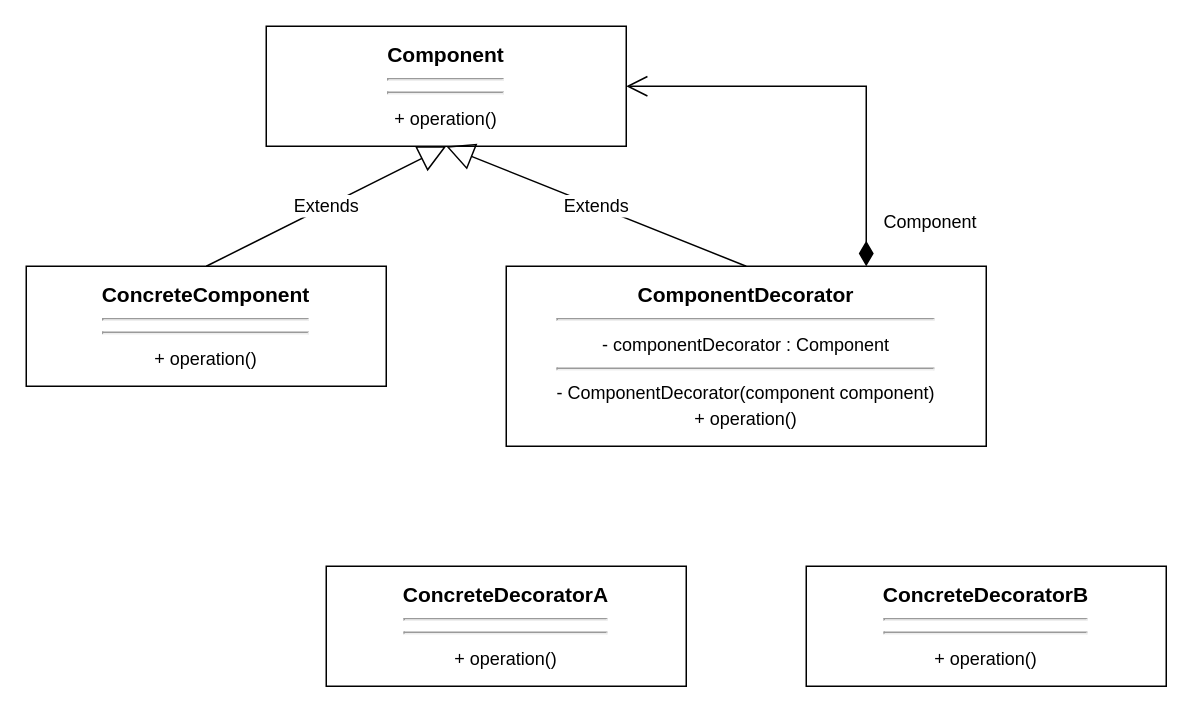
Above: DecoratorPattern.drawio in jongHyeon0000/bitcamp-study (draw.io), before the change. Source tidied: cells renumbered, new cells numbered last; positions are measured from the earlier drawing's top-left corner, leaving out a move shared by most shapes. Both pictures are drawn from the tidied source at 150%, with x=0, y=0 at pixel (26, 26).
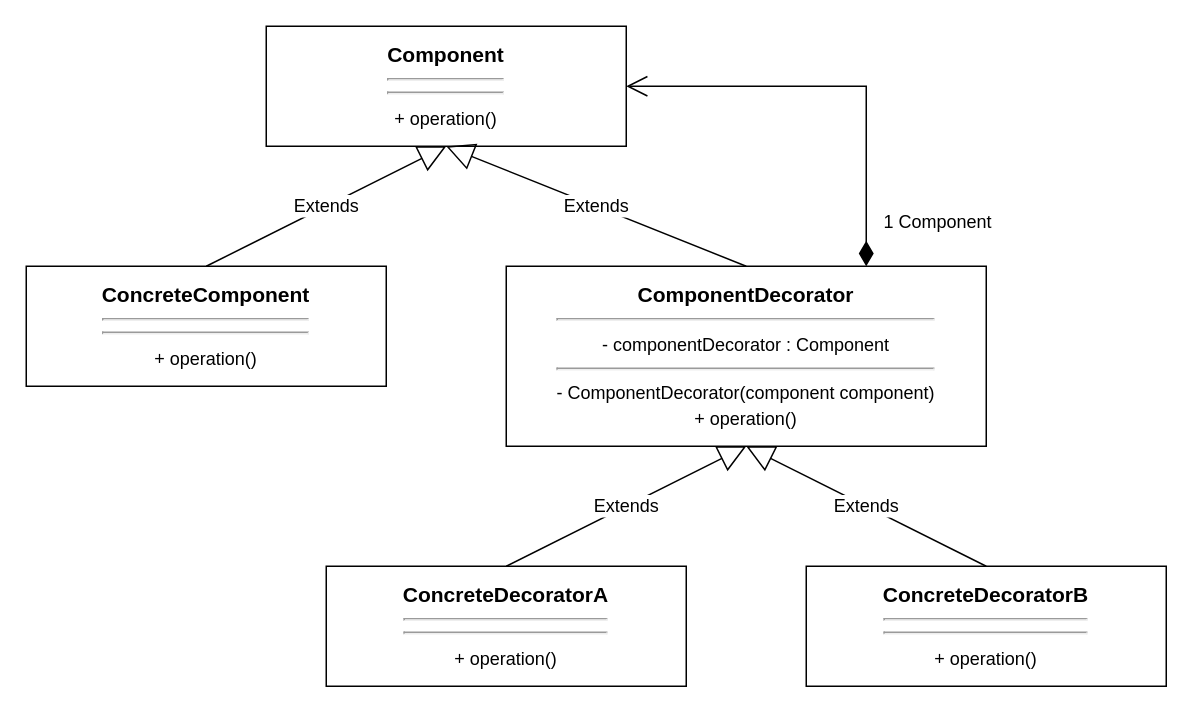
The same page after the edit.

What changed in the source:
```diff
@@
 <mxGraphModel>
   <root>
     <mxCell id="0" />
     <mxCell id="1" parent="0" />
     <mxCell id="2" value="&lt;b&gt;Component&lt;br&gt;&lt;/b&gt;&lt;hr&gt;&lt;hr style=&quot;font-size: 13px;&quot;&gt;&lt;span style=&quot;font-size: 12px;&quot;&gt;+ operation()&lt;/span&gt;" style="rounded=0;whiteSpace=wrap;html=1;fontSize=14;fontColor=#000000;fillColor=default;gradientColor=none;" parent="1" vertex="1">
       <mxGeometry x="160" width="240" height="80" as="geometry" />
     </mxCell>
     <mxCell id="3" value="&lt;b&gt;ConcreteComponent&lt;br&gt;&lt;/b&gt;&lt;hr&gt;&lt;hr style=&quot;font-size: 13px;&quot;&gt;&lt;span style=&quot;font-size: 12px;&quot;&gt;+ operation()&lt;/span&gt;" style="rounded=0;whiteSpace=wrap;html=1;fontSize=14;fontColor=#000000;fillColor=default;gradientColor=none;" parent="1" vertex="1">
       <mxGeometry y="160" width="240" height="80" as="geometry" />
     </mxCell>
     <mxCell id="4" value="Extends" style="endArrow=block;endSize=16;endFill=0;html=1;rounded=0;fontSize=12;fontColor=#000000;exitX=0.5;exitY=0;exitDx=0;exitDy=0;entryX=0.5;entryY=1;entryDx=0;entryDy=0;" parent="1" edge="1" source="3" target="2">
       <mxGeometry relative="1" as="geometry" />
     </mxCell>
     <mxCell id="5" value="&lt;b&gt;ComponentDecorator&lt;br&gt;&lt;/b&gt;&lt;hr&gt;&lt;font style=&quot;font-size: 12px;&quot;&gt;- componentDecorator : Component&lt;/font&gt;&lt;br&gt;&lt;hr style=&quot;font-size: 13px;&quot;&gt;&lt;span style=&quot;font-size: 12px;&quot;&gt;- ComponentDecorator(component component)&lt;br&gt;+ operation()&lt;/span&gt;" style="rounded=0;whiteSpace=wrap;html=1;fontSize=14;fontColor=#000000;fillColor=default;gradientColor=none;" parent="1" vertex="1">
       <mxGeometry x="320" y="160" width="320" height="120" as="geometry" />
     </mxCell>
     <mxCell id="6" value="Extends" style="endArrow=block;endSize=16;endFill=0;html=1;rounded=0;fontSize=12;fontColor=#000000;exitX=0.5;exitY=0;exitDx=0;exitDy=0;" parent="1" edge="1" source="5">
       <mxGeometry relative="1" as="geometry">
         <mxPoint x="280" y="80" as="targetPoint" />
       </mxGeometry>
     </mxCell>
     <mxCell id="7" value="&lt;b&gt;ConcreteDecoratorA&lt;br&gt;&lt;/b&gt;&lt;hr&gt;&lt;hr style=&quot;font-size: 13px;&quot;&gt;&lt;span style=&quot;font-size: 12px;&quot;&gt;+ operation()&lt;/span&gt;" style="rounded=0;whiteSpace=wrap;html=1;fontSize=14;fontColor=#000000;fillColor=default;gradientColor=none;" parent="1" vertex="1">
       <mxGeometry x="200" y="360" width="240" height="80" as="geometry" />
     </mxCell>
     <mxCell id="8" value="&lt;b&gt;ConcreteDecoratorB&lt;br&gt;&lt;/b&gt;&lt;hr&gt;&lt;hr style=&quot;font-size: 13px;&quot;&gt;&lt;span style=&quot;font-size: 12px;&quot;&gt;+ operation()&lt;/span&gt;" style="rounded=0;whiteSpace=wrap;html=1;fontSize=14;fontColor=#000000;fillColor=default;gradientColor=none;" parent="1" vertex="1">
       <mxGeometry x="520" y="360" width="240" height="80" as="geometry" />
     </mxCell>
-    <mxCell id="9" value="Component" style="endArrow=open;html=1;endSize=12;startArrow=diamondThin;startSize=14;startFill=1;edgeStyle=orthogonalEdgeStyle;align=left;verticalAlign=bottom;rounded=0;fontSize=12;fontColor=#000000;entryX=1;entryY=0.5;entryDx=0;entryDy=0;exitX=0.75;exitY=0;exitDx=0;exitDy=0;" parent="1" edge="1">
+    <mxCell id="9" value="1 Component" style="endArrow=open;html=1;endSize=12;startArrow=diamondThin;startSize=14;startFill=1;edgeStyle=orthogonalEdgeStyle;align=left;verticalAlign=bottom;rounded=0;fontSize=12;fontColor=#000000;entryX=1;entryY=0.5;entryDx=0;entryDy=0;exitX=0.75;exitY=0;exitDx=0;exitDy=0;" parent="1" edge="1">
       <mxGeometry x="-0.86" y="-10" relative="1" as="geometry">
         <mxPoint x="560" y="160" as="sourcePoint" />
         <mxPoint x="400" y="40" as="targetPoint" />
         <Array as="points">
           <mxPoint x="560" y="160" />
           <mxPoint x="560" y="40" />
         </Array>
       </mxGeometry>
     </mxCell>
+    <mxCell id="10" value="Extends" style="endArrow=block;endSize=16;endFill=0;html=1;rounded=0;fontSize=12;fontColor=#000000;exitX=0.5;exitY=0;exitDx=0;exitDy=0;entryX=0.5;entryY=1;entryDx=0;entryDy=0;" parent="1" edge="1" source="7" target="5">
+      <mxGeometry relative="1" as="geometry" />
+    </mxCell>
+    <mxCell id="11" value="Extends" style="endArrow=block;endSize=16;endFill=0;html=1;rounded=0;fontSize=12;fontColor=#000000;exitX=0.5;exitY=0;exitDx=0;exitDy=0;entryX=0.5;entryY=1;entryDx=0;entryDy=0;" parent="1" edge="1" source="8" target="5">
+      <mxGeometry relative="1" as="geometry" />
+    </mxCell>
   </root>
 </mxGraphModel>
```
